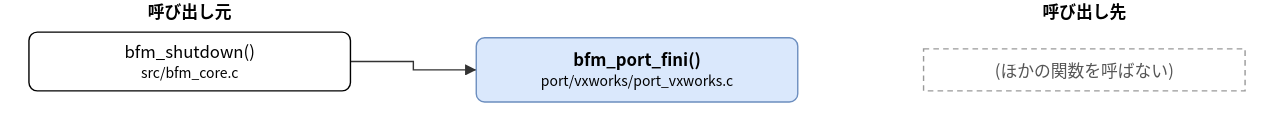
Before: doc/spec/images/call_port_vxworks_port_vxworks-bfm_port_fini.drawio.svg, a diagram exported from draw.io (hf355051012-ai/bfmem). Source tidied: cells renumbered, new cells last; positions are measured from the earlier drawing's top-left corner, leaving out a move shared by most shapes.
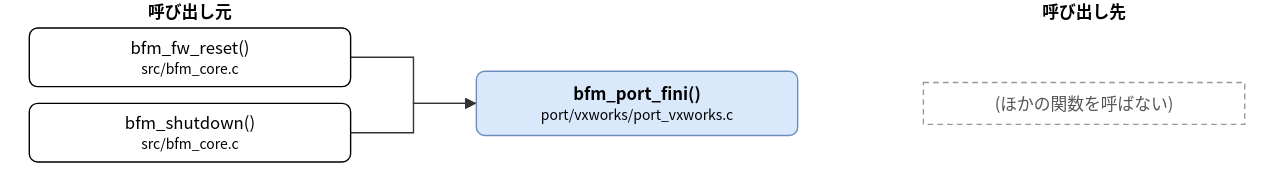
After the change.

What changed in the source:
```diff
@@ -3,22 +3,33 @@
     <mxCell id="0" />
     <mxCell id="1" parent="0" />
     <mxCell id="2" value="bfm_port_fini()&lt;br&gt;&lt;font style=&quot;font-size:10px&quot;&gt;port/vxworks/port_vxworks.c&lt;/font&gt;" style="rounded=1;whiteSpace=wrap;html=1;fillColor=#dae8fc;strokeColor=#6c8ebf;fontStyle=1;" parent="1" vertex="1">
-      <mxGeometry x="320" y="27" width="230" height="46" as="geometry" />
+      <mxGeometry x="320" y="51" width="230" height="46" as="geometry" />
     </mxCell>
-    <mxCell id="3" value="bfm_shutdown()&lt;br&gt;&lt;font style=&quot;font-size:10px&quot;&gt;src/bfm_core.c&lt;/font&gt;" style="rounded=1;whiteSpace=wrap;html=1;" parent="1" vertex="1">
-      <mxGeometry y="23" width="230" height="42" as="geometry" />
+    <mxCell id="3" value="bfm_fw_reset()&lt;br&gt;&lt;font style=&quot;font-size:10px&quot;&gt;src/bfm_core.c&lt;/font&gt;" style="rounded=1;whiteSpace=wrap;html=1;" parent="1" vertex="1">
+      <mxGeometry y="20" width="230" height="42" as="geometry" />
     </mxCell>
+    <mxCell id="8" value="bfm_shutdown()&lt;br&gt;&lt;font style=&quot;font-size:10px&quot;&gt;src/bfm_core.c&lt;/font&gt;" style="rounded=1;whiteSpace=wrap;html=1;" parent="1" vertex="1">
+      <mxGeometry y="74" width="230" height="42" as="geometry" />
+    </mxCell>
     <mxCell id="4" value="(ほかの関数を呼ばない)" style="rounded=0;whiteSpace=wrap;html=1;dashed=1;strokeColor=#999999;fontColor=#555555;dashed=1;" parent="1" vertex="1">
-      <mxGeometry x="640" y="35" width="230" height="30" as="geometry" />
+      <mxGeometry x="640" y="59" width="230" height="30" as="geometry" />
     </mxCell>
     <mxCell id="5" style="edgeStyle=none;html=1;rounded=0;endArrow=block;endFill=1;exitX=1.0000;exitY=0.5000;exitDx=0;exitDy=0;exitPerimeter=0;entryX=0.0000;entryY=0.5000;entryDx=0;entryDy=0;entryPerimeter=0;" parent="1" edge="1" source="3" target="2">
       <mxGeometry relative="1" as="geometry">
         <Array as="points">
-          <mxPoint x="275" y="44" />
-          <mxPoint x="275" y="50" />
+          <mxPoint x="275" y="41" />
+          <mxPoint x="275" y="74" />
         </Array>
       </mxGeometry>
     </mxCell>
+    <mxCell id="9" style="edgeStyle=none;html=1;rounded=0;endArrow=block;endFill=1;exitX=1.0000;exitY=0.5000;exitDx=0;exitDy=0;exitPerimeter=0;entryX=0.0000;entryY=0.5000;entryDx=0;entryDy=0;entryPerimeter=0;" parent="1" edge="1" source="8" target="2">
+      <mxGeometry relative="1" as="geometry">
+        <Array as="points">
+          <mxPoint x="275" y="95" />
+          <mxPoint x="275" y="74" />
+        </Array>
+      </mxGeometry>
+    </mxCell>
     <mxCell id="6" value="呼び出し元" style="text;html=1;align=center;fontStyle=1;" parent="1" vertex="1">
       <mxGeometry x="35" width="160" height="18" as="geometry" />
     </mxCell>
```
